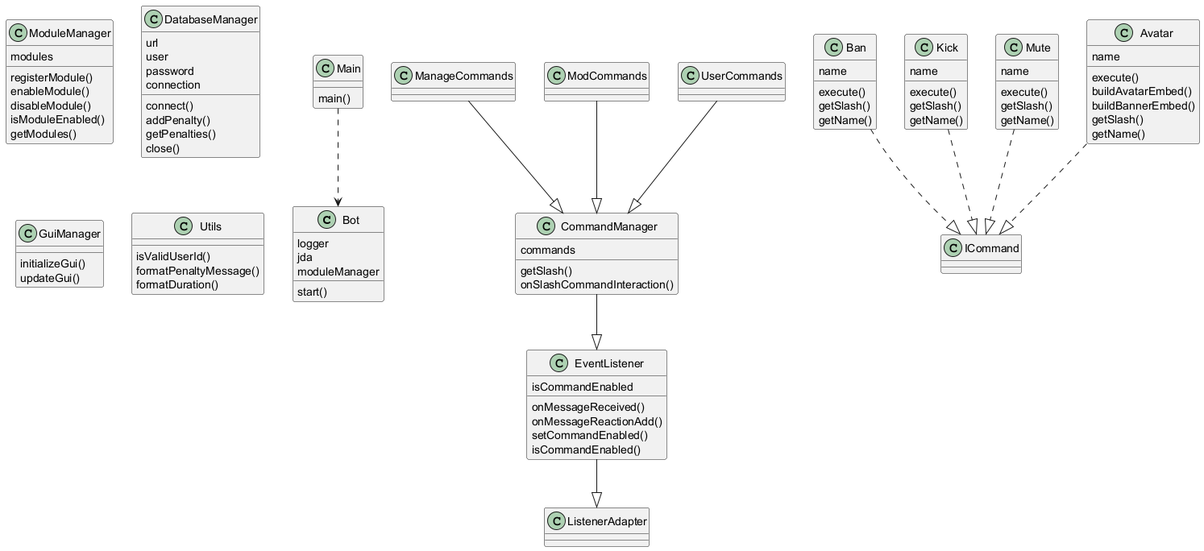
Before: uml_output/diagrama.png, a diagram exported from PlantUML (PelayoPS/DiscordBot_app).
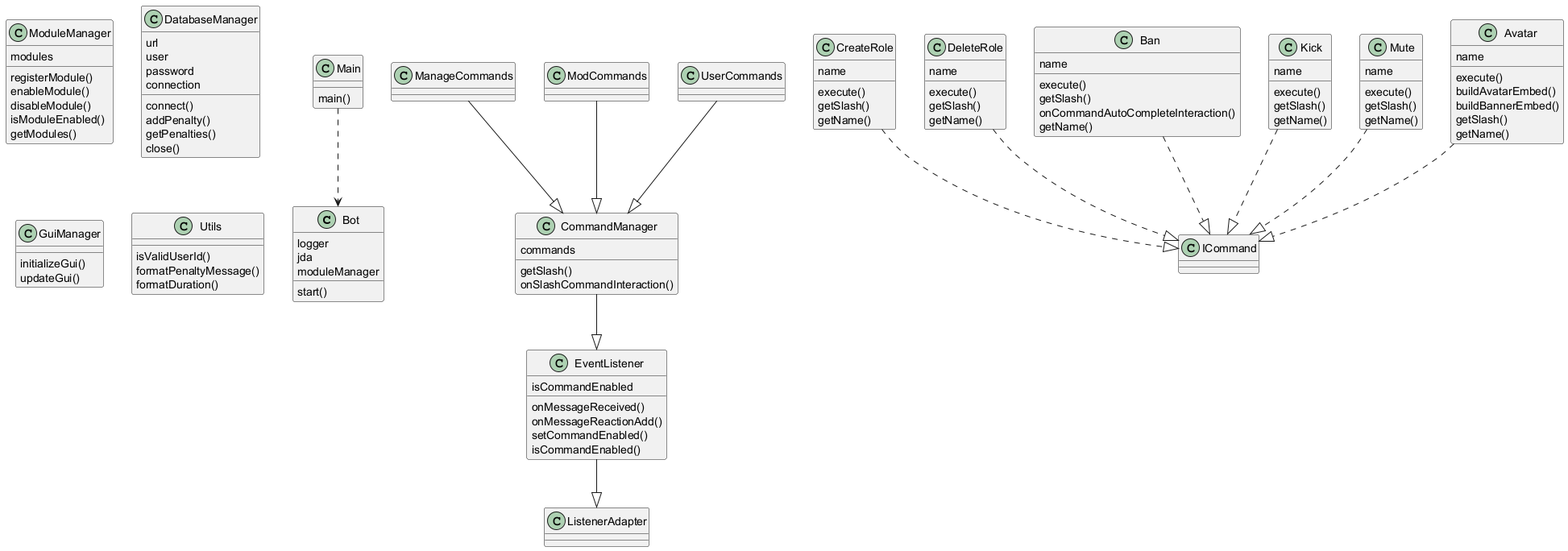
The same file after the commit.

The edit, as a diff of the source:
```diff
@@ -32,10 +32,25 @@
 class UserCommands {
 }
 UserCommands --|> CommandManager
+class CreateRole {
+  name
+  execute()
+  getSlash()
+  getName()
+}
+CreateRole ..|> ICommand
+class DeleteRole {
+  name
+  execute()
+  getSlash()
+  getName()
+}
+DeleteRole ..|> ICommand
 class Ban {
   name
   execute()
   getSlash()
+  onCommandAutoCompleteInteraction()
   getName()
 }
 Ban ..|> ICommand
```
